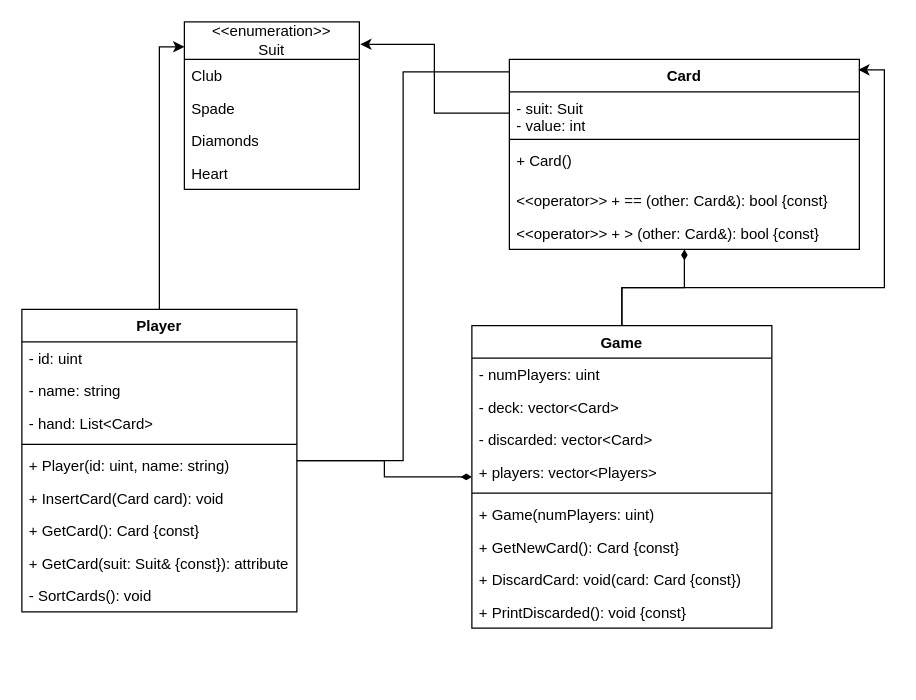
The draw.io diagram CardGameUML.drawio in trlla2/Porg_AA1-4_CardGame, before the edit. Source tidied: cells renumbered, new cells numbered last; positions are measured from the earlier drawing's top-left corner, leaving out a move shared by most shapes. Both pictures are drawn from the tidied source at 125%, with x=0, y=0 at pixel (21, 21).
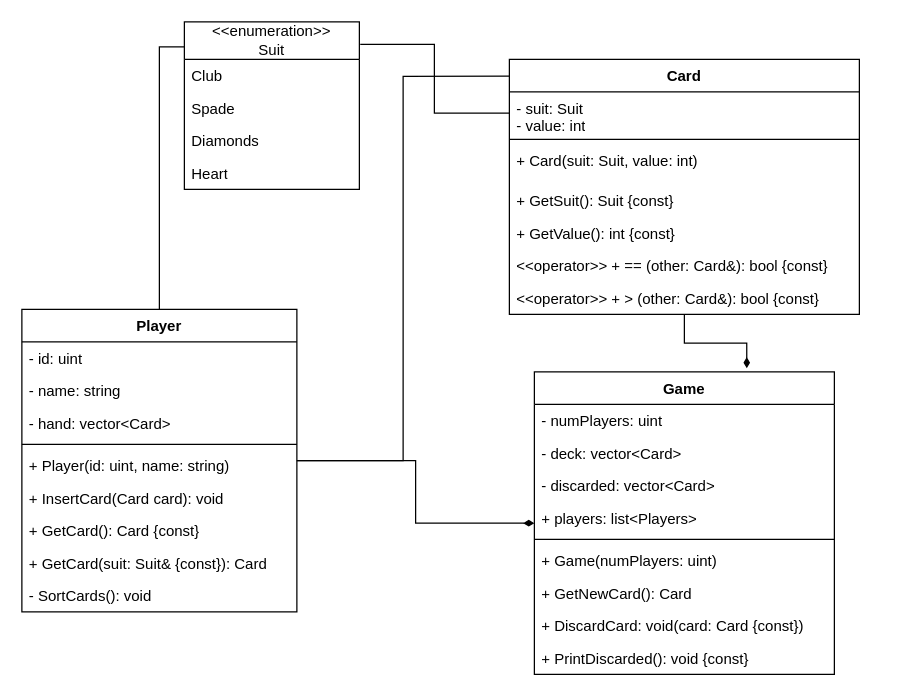
The same page after the edit.

Unchanged cells that the change refers to:
```xml
<mxCell id="3" value="&lt;div&gt;- suit: Suit&lt;/div&gt;&lt;div&gt;- value: int&lt;/div&gt;" style="text;strokeColor=none;fillColor=none;align=left;verticalAlign=top;spacingLeft=4;spacingRight=4;overflow=hidden;points=[[0,0.5],[1,0.5]];portConstraint=eastwest;whiteSpace=wrap;html=1;" parent="2" vertex="1">
  <mxGeometry y="26" width="280" height="34" as="geometry" />
</mxCell>
<mxCell id="8" value="&lt;div&gt;&amp;lt;&amp;lt;enumeration&amp;gt;&amp;gt;&lt;/div&gt;&lt;div&gt;Suit&lt;/div&gt;" style="swimlane;fontStyle=0;horizontal=1;startSize=30;fillColor=none;whiteSpace=wrap;html=1;" parent="1" vertex="1">
  <mxGeometry x="130" width="140" height="134" as="geometry" />
</mxCell>
<mxCell id="15" value="Player" style="swimlane;fontStyle=1;align=center;verticalAlign=top;horizontal=1;startSize=26;whiteSpace=wrap;html=1;" parent="1" vertex="1">
  <mxGeometry y="230" width="220" height="242" as="geometry" />
</mxCell>
```

What changed in the source:
```diff
@@
     <mxCell id="2" value="&lt;div&gt;Card&lt;/div&gt;" style="swimlane;fontStyle=1;align=center;verticalAlign=top;horizontal=1;startSize=26;whiteSpace=wrap;html=1;" parent="1" vertex="1">
-      <mxGeometry x="390" y="30" width="280" height="152" as="geometry" />
+      <mxGeometry x="390" y="30" width="280" height="204" as="geometry" />
     </mxCell>
@@
-    <mxCell id="5" value="&lt;div&gt;+ Card() &lt;br&gt;&lt;/div&gt;" style="text;strokeColor=none;fillColor=none;align=left;verticalAlign=top;spacingLeft=4;spacingRight=4;overflow=hidden;whiteSpace=wrap;html=1;" parent="2" vertex="1">
+    <mxCell id="5" value="&lt;div&gt;+ Card(suit: Suit, value: int) &lt;br&gt;&lt;/div&gt;" style="text;strokeColor=none;fillColor=none;align=left;verticalAlign=top;spacingLeft=4;spacingRight=4;overflow=hidden;whiteSpace=wrap;html=1;" parent="2" vertex="1">
       <mxGeometry y="68" width="280" height="32" as="geometry" />
     </mxCell>
+    <mxCell id="39" value="+ GetSuit(): Suit {const}" style="text;strokeColor=none;fillColor=none;align=left;verticalAlign=top;spacingLeft=4;spacingRight=4;overflow=hidden;whiteSpace=wrap;html=1;" parent="2" vertex="1">
+      <mxGeometry y="100" width="280" height="26" as="geometry" />
+    </mxCell>
+    <mxCell id="40" value="+ GetValue(): int {const}" style="text;strokeColor=none;fillColor=none;align=left;verticalAlign=top;spacingLeft=4;spacingRight=4;overflow=hidden;whiteSpace=wrap;html=1;" parent="2" vertex="1">
+      <mxGeometry y="126" width="280" height="26" as="geometry" />
+    </mxCell>
     <mxCell id="6" value="&amp;lt;&amp;lt;operator&amp;gt;&amp;gt; + == (other: Card&amp;amp;): bool {const}" style="text;strokeColor=none;fillColor=none;align=left;verticalAlign=top;spacingLeft=4;spacingRight=4;overflow=hidden;whiteSpace=wrap;html=1;" parent="2" vertex="1">
-      <mxGeometry y="100" width="280" height="26" as="geometry" />
+      <mxGeometry y="152" width="280" height="26" as="geometry" />
     </mxCell>
     <mxCell id="7" value="&amp;lt;&amp;lt;operator&amp;gt;&amp;gt; + &amp;gt; (other: Card&amp;amp;): bool {const}" style="text;strokeColor=none;fillColor=none;align=left;verticalAlign=top;spacingLeft=4;spacingRight=4;overflow=hidden;whiteSpace=wrap;html=1;" parent="2" vertex="1">
-      <mxGeometry y="126" width="280" height="26" as="geometry" />
+      <mxGeometry y="178" width="280" height="26" as="geometry" />
     </mxCell>
@@
-    <mxCell id="13" style="edgeStyle=orthogonalEdgeStyle;rounded=0;jettySize=auto;html=1;entryX=1.005;entryY=0.134;entryDx=0;entryDy=0;entryPerimeter=0;exitX=0;exitY=0.5;exitDx=0;exitDy=0;" parent="1" edge="1" source="3" target="8">
+    <mxCell id="13" style="edgeStyle=orthogonalEdgeStyle;rounded=0;jettySize=auto;html=1;entryX=1.005;entryY=0.134;entryDx=0;entryDy=0;entryPerimeter=0;exitX=0;exitY=0.5;exitDx=0;exitDy=0;endArrow=none;startFill=0;" parent="1" edge="1" source="3" target="8">
       <mxGeometry relative="1" as="geometry" />
     </mxCell>
@@
-    <mxCell id="18" value="- hand: List&amp;lt;Card&amp;gt;" style="text;strokeColor=none;fillColor=none;align=left;verticalAlign=top;spacingLeft=4;spacingRight=4;overflow=hidden;whiteSpace=wrap;html=1;" parent="15" vertex="1">
+    <mxCell id="18" value="- hand: vector&amp;lt;Card&amp;gt;" style="text;strokeColor=none;fillColor=none;align=left;verticalAlign=top;spacingLeft=4;spacingRight=4;overflow=hidden;whiteSpace=wrap;html=1;" parent="15" vertex="1">
       <mxGeometry y="78" width="220" height="26" as="geometry" />
     </mxCell>
@@
-    <mxCell id="23" value="+ GetCard(suit: Suit&amp;amp; {const}): attribute" style="text;strokeColor=none;fillColor=none;align=left;verticalAlign=top;spacingLeft=4;spacingRight=4;overflow=hidden;whiteSpace=wrap;html=1;" parent="15" vertex="1">
+    <mxCell id="23" value="+ GetCard(suit: Suit&amp;amp; {const}): Card" style="text;strokeColor=none;fillColor=none;align=left;verticalAlign=top;spacingLeft=4;spacingRight=4;overflow=hidden;whiteSpace=wrap;html=1;" parent="15" vertex="1">
       <mxGeometry y="190" width="220" height="26" as="geometry" />
     </mxCell>
@@
-    <mxCell id="25" style="edgeStyle=orthogonalEdgeStyle;rounded=0;jettySize=auto;html=1;entryX=0;entryY=0.149;entryDx=0;entryDy=0;entryPerimeter=0;" parent="1" edge="1" source="15" target="8">
+    <mxCell id="25" style="edgeStyle=orthogonalEdgeStyle;rounded=0;jettySize=auto;html=1;entryX=0;entryY=0.149;entryDx=0;entryDy=0;entryPerimeter=0;endArrow=none;startFill=0;" parent="1" edge="1" source="15" target="8">
       <mxGeometry relative="1" as="geometry" />
     </mxCell>
-    <mxCell id="26" style="edgeStyle=orthogonalEdgeStyle;rounded=0;jettySize=auto;html=1;endArrow=diamondThin;endFill=1;" parent="1" edge="1" source="27" target="2">
-      <mxGeometry relative="1" as="geometry" />
-    </mxCell>
     <mxCell id="27" value="Game" style="swimlane;fontStyle=1;align=center;verticalAlign=top;horizontal=1;startSize=26;whiteSpace=wrap;html=1;" parent="1" vertex="1">
-      <mxGeometry x="360" y="243" width="240" height="242" as="geometry" />
+      <mxGeometry x="410" y="280" width="240" height="242" as="geometry" />
     </mxCell>
@@
-    <mxCell id="31" value="+ players: vector&amp;lt;Players&amp;gt;" style="text;strokeColor=none;fillColor=none;align=left;verticalAlign=top;spacingLeft=4;spacingRight=4;overflow=hidden;whiteSpace=wrap;html=1;" parent="27" vertex="1">
+    <mxCell id="31" value="+ players: list&amp;lt;Players&amp;gt;" style="text;strokeColor=none;fillColor=none;align=left;verticalAlign=top;spacingLeft=4;spacingRight=4;overflow=hidden;whiteSpace=wrap;html=1;" parent="27" vertex="1">
       <mxGeometry y="104" width="240" height="26" as="geometry" />
     </mxCell>
@@
-    <mxCell id="34" value="&lt;div&gt;+ GetNewCard(): Card {const}&lt;/div&gt;" style="text;strokeColor=none;fillColor=none;align=left;verticalAlign=top;spacingLeft=4;spacingRight=4;overflow=hidden;whiteSpace=wrap;html=1;" parent="27" vertex="1">
+    <mxCell id="34" value="&lt;div&gt;+ GetNewCard(): Card&lt;/div&gt;" style="text;strokeColor=none;fillColor=none;align=left;verticalAlign=top;spacingLeft=4;spacingRight=4;overflow=hidden;whiteSpace=wrap;html=1;" parent="27" vertex="1">
       <mxGeometry y="164" width="240" height="26" as="geometry" />
     </mxCell>
@@
-    <mxCell id="37" style="edgeStyle=orthogonalEdgeStyle;rounded=0;jettySize=auto;html=1;entryX=0.997;entryY=0.055;entryDx=0;entryDy=0;entryPerimeter=0;" parent="1" edge="1" source="27" target="2">
-      <mxGeometry relative="1" as="geometry" />
-    </mxCell>
@@
+    <mxCell id="41" style="edgeStyle=orthogonalEdgeStyle;rounded=0;jettySize=auto;html=1;entryX=0.708;entryY=-0.012;entryDx=0;entryDy=0;entryPerimeter=0;endArrow=diamondThin;endFill=1;" parent="1" edge="1" source="2" target="27">
+      <mxGeometry relative="1" as="geometry" />
+    </mxCell>
```
